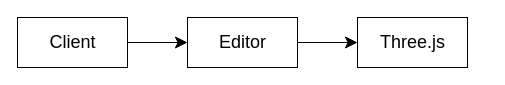
Earlier version of the draw.io diagram packages/依赖隔离模式/story_before/UML.drawio (yyc-git/3DProgramPattern). Source tidied: cells renumbered, new cells numbered last; positions are measured from the earlier drawing's top-left corner, leaving out a move shared by most shapes. Both pictures are drawn from the tidied source at 100%, with x=0, y=0 at pixel (17, 17).
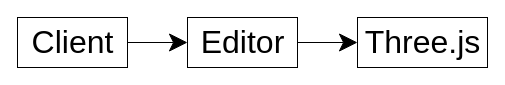
After the change.

Diff of the diagram source:
```diff
@@
 <mxGraphModel>
   <root>
     <mxCell id="0" />
     <mxCell id="1" parent="0" />
-    <mxCell id="2" style="edgeStyle=orthogonalEdgeStyle;rounded=0;jettySize=auto;html=1;entryX=0;entryY=0.5;entryDx=0;entryDy=0;endSize=10;startSize=10;" parent="1" edge="1" source="3" target="4">
+    <mxCell id="2" style="edgeStyle=orthogonalEdgeStyle;rounded=0;jettySize=auto;html=1;entryX=0;entryY=0.5;entryDx=0;entryDy=0;endSize=16;startSize=16;fontSize=32;" parent="1" edge="1" source="3" target="4">
       <mxGeometry relative="1" as="geometry" />
     </mxCell>
-    <mxCell id="3" value="Editor" style="html=1;fontSize=18;" parent="1" vertex="1">
+    <mxCell id="3" value="Editor" style="html=1;fontSize=32;" parent="1" vertex="1">
       <mxGeometry x="170" width="110" height="50" as="geometry" />
     </mxCell>
-    <mxCell id="4" value="Three.js" style="html=1;fontSize=18;" parent="1" vertex="1">
-      <mxGeometry x="340" width="110" height="50" as="geometry" />
+    <mxCell id="4" value="Three.js" style="html=1;fontSize=32;" parent="1" vertex="1">
+      <mxGeometry x="340" width="130" height="50" as="geometry" />
     </mxCell>
-    <mxCell id="5" style="edgeStyle=orthogonalEdgeStyle;rounded=0;jettySize=auto;html=1;entryX=0;entryY=0.5;entryDx=0;entryDy=0;endSize=10;startSize=10;" parent="1" edge="1" source="6" target="3">
+    <mxCell id="5" style="edgeStyle=orthogonalEdgeStyle;rounded=0;jettySize=auto;html=1;entryX=0;entryY=0.5;entryDx=0;entryDy=0;endSize=16;startSize=16;fontSize=32;" parent="1" edge="1" source="6" target="3">
       <mxGeometry relative="1" as="geometry" />
     </mxCell>
-    <mxCell id="6" value="Client" style="html=1;fontSize=18;" parent="1" vertex="1">
+    <mxCell id="6" value="&lt;font style=&quot;font-size: 32px&quot;&gt;Client&lt;/font&gt;" style="html=1;fontSize=18;" parent="1" vertex="1">
       <mxGeometry width="110" height="50" as="geometry" />
     </mxCell>
   </root>
 </mxGraphModel>
```
